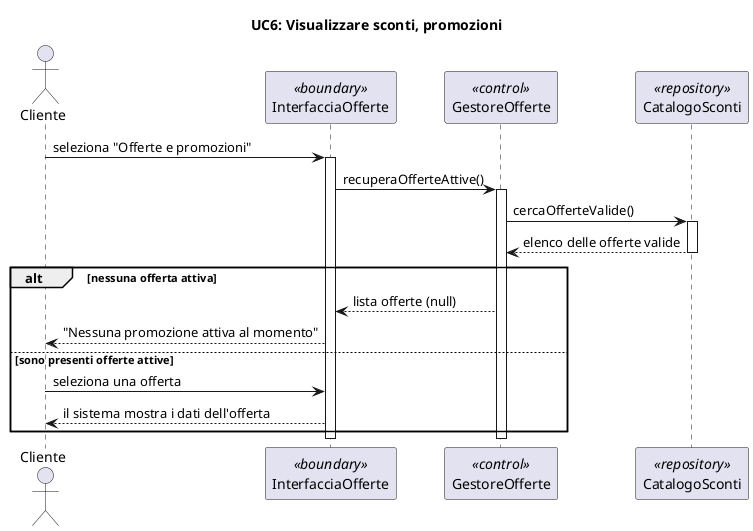
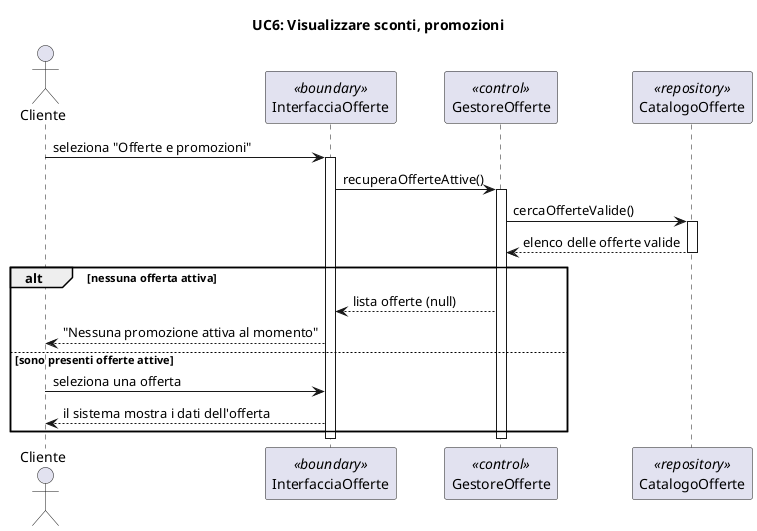
 @startuml

title UC6: Visualizzare sconti, promozioni

actor Cliente
participant "InterfacciaOfferte" as Boundary <<boundary>>
participant "GestoreOfferte" as Control <<control>>
- participant "CatalogoSconti" as Repo <<repository>>
+ participant "CatalogoOfferte" as Repo <<repository>>

Cliente -> Boundary : seleziona "Offerte e promozioni"
activate Boundary

Boundary -> Control : recuperaOfferteAttive()
activate Control

Control -> Repo : cercaOfferteValide()
activate Repo
Repo --> Control : elenco delle offerte valide
deactivate Repo


alt nessuna offerta attiva

    Control --> Boundary : lista offerte (null)
    Boundary --> Cliente : "Nessuna promozione attiva al momento"
else sono presenti offerte attive
    Cliente -> Boundary : seleziona una offerta
    Boundary--> Cliente : il sistema mostra i dati dell'offerta
end

deactivate Control
deactivate Boundary

@enduml
